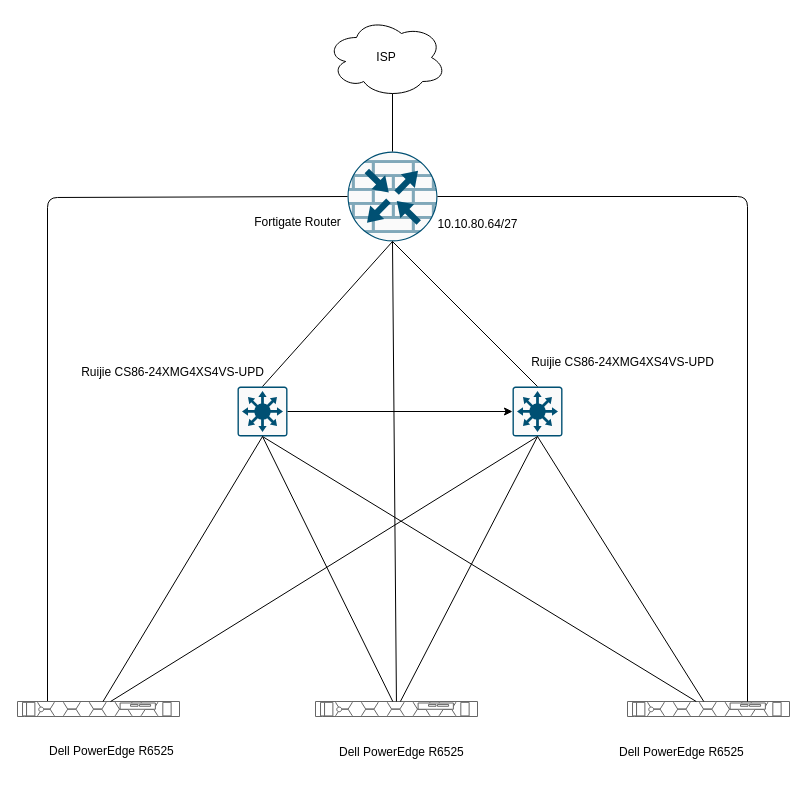
The draw.io diagram Physical Overview.drawio in aadarshadhakalg/aadarshadhakalg, before the edit. Source tidied: cells renumbered, new cells numbered last; positions are measured from the earlier drawing's top-left corner, leaving out a move shared by most shapes. Both pictures are drawn from the tidied source at 100%, with x=0, y=0 at pixel (17, 17).
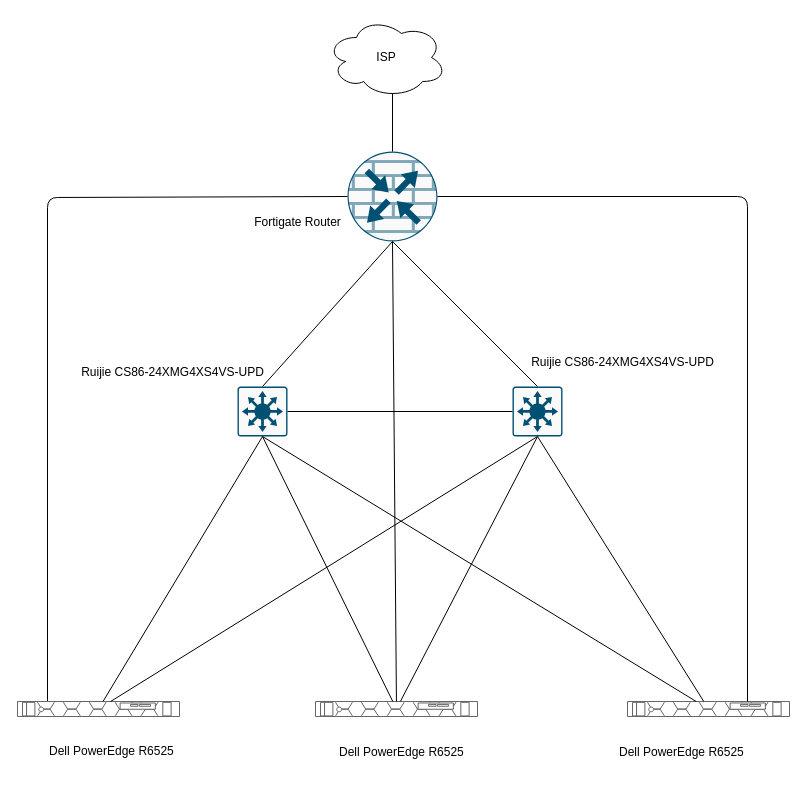
After the change.

The change refers to these unchanged cells:
```xml
<mxCell id="4" style="points=[[0.015,0.015,0],[0.985,0.015,0],[0.985,0.985,0],[0.015,0.985,0],[0.25,0,0],[0.5,0,0],[0.75,0,0],[1,0.25,0],[1,0.5,0],[1,0.75,0],[0.75,1,0],[0.5,1,0],[0.25,1,0],[0,0.75,0],[0,0.5,0],[0,0.25,0]];verticalLabelPosition=bottom;html=1;verticalAlign=top;align=center;shape=mxgraph.cisco19.rect;prIcon=l3_switch;fillColor=#FAFAFA;strokeColor=#005073;rounded=1;" parent="1" vertex="1">
  <mxGeometry x="220" y="369" width="50" height="50" as="geometry" />
</mxCell>
<mxCell id="5" style="points=[[0.015,0.015,0],[0.985,0.015,0],[0.985,0.985,0],[0.015,0.985,0],[0.25,0,0],[0.5,0,0],[0.75,0,0],[1,0.25,0],[1,0.5,0],[1,0.75,0],[0.75,1,0],[0.5,1,0],[0.25,1,0],[0,0.75,0],[0,0.5,0],[0,0.25,0]];verticalLabelPosition=bottom;html=1;verticalAlign=top;align=center;shape=mxgraph.cisco19.rect;prIcon=l3_switch;fillColor=#FAFAFA;strokeColor=#005073;rounded=1;" parent="1" vertex="1">
  <mxGeometry x="495" y="369" width="50" height="50" as="geometry" />
</mxCell>
```

The edit, as a diff of the source:
```diff
@@
-    <mxCell id="6" style="edgeStyle=orthogonalEdgeStyle;rounded=1;jettySize=auto;html=1;entryX=0;entryY=0.5;entryDx=0;entryDy=0;entryPerimeter=0;" parent="1" edge="1" source="4" target="5">
+    <mxCell id="6" style="edgeStyle=orthogonalEdgeStyle;rounded=1;jettySize=auto;html=1;entryX=0;entryY=0.5;entryDx=0;entryDy=0;entryPerimeter=0;endArrow=none;endFill=0;" parent="1" edge="1" source="4" target="5">
       <mxGeometry relative="1" as="geometry" />
     </mxCell>
@@
-    <mxCell id="21" value="10.10.80.64/27" style="text;html=1;align=center;verticalAlign=middle;strokeColor=none;fillColor=none;" parent="1" vertex="1">
-      <mxGeometry x="410" y="192" width="100" height="30" as="geometry" />
-    </mxCell>
```
